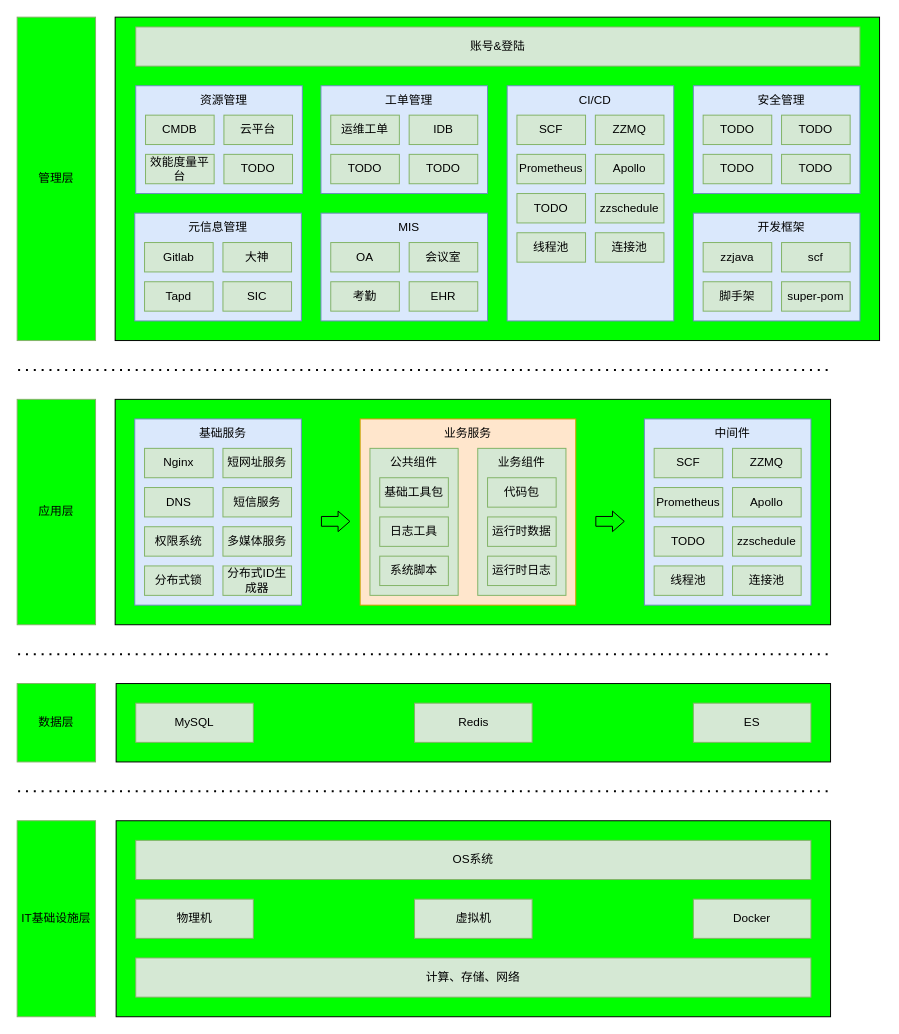
Before: tc/技术基础体系架构.drawio in zhuanzhuan-tech/arch-draw-io, a draw.io diagram. Source tidied: cells renumbered, new cells numbered last; positions are measured from the earlier drawing's top-left corner, leaving out a move shared by most shapes. Both pictures are drawn from the tidied source at 98%, with x=0, y=0 at pixel (17, 17).
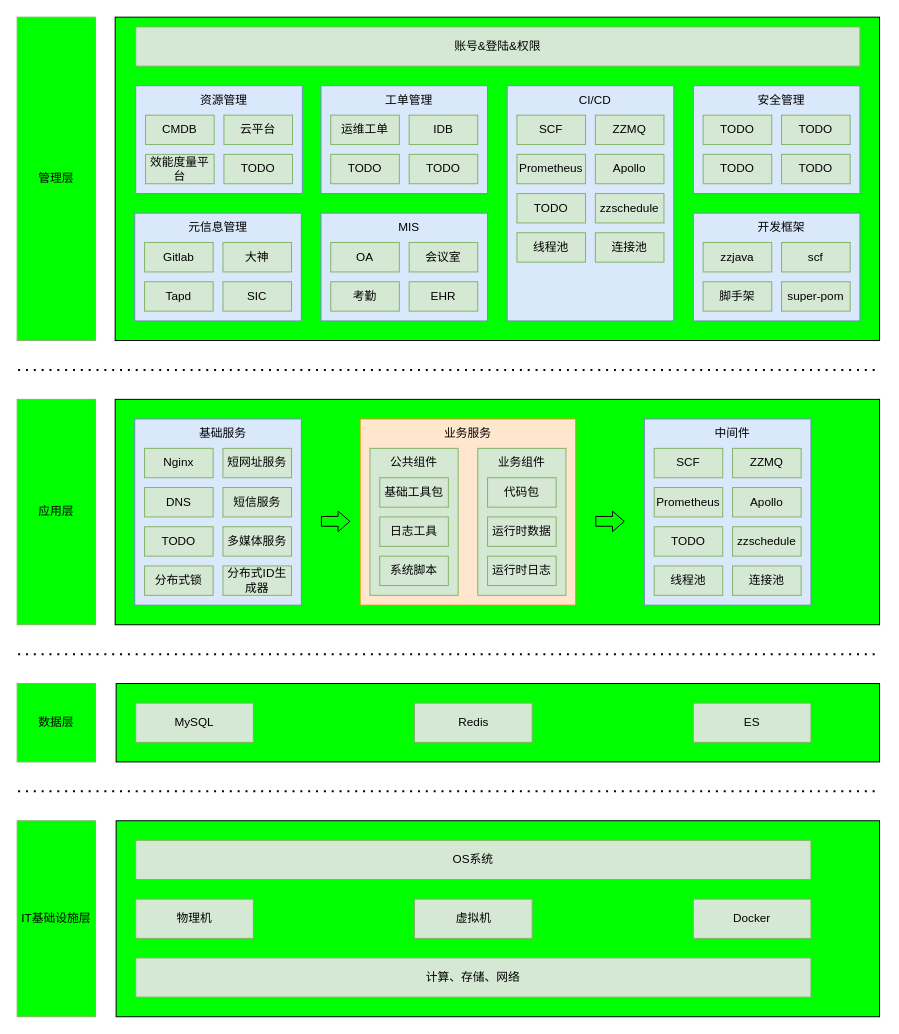
The same page after the edit.

Commit message:
更新技术基础体系架构.drawio

Diff of the diagram source:
```diff
@@
     <mxCell id="2" style="rounded=0;whiteSpace=wrap;html=1;fillColor=#00FF00;" parent="1" vertex="1">
-      <mxGeometry x="101" y="820" width="729" height="200" as="geometry" />
+      <mxGeometry x="101" y="820" width="779" height="200" as="geometry" />
     </mxCell>
@@
     <mxCell id="9" style="endArrow=none;dashed=1;html=1;dashPattern=1 3;strokeWidth=2;rounded=0;" parent="1" edge="1">
       <mxGeometry relative="1" as="geometry">
         <mxPoint x="1" y="790" as="sourcePoint" />
-        <mxPoint x="830" y="790" as="targetPoint" />
+        <mxPoint x="880" y="790" as="targetPoint" />
       </mxGeometry>
     </mxCell>
     <mxCell id="10" style="rounded=0;whiteSpace=wrap;html=1;fillColor=#00FF00;" parent="1" vertex="1">
-      <mxGeometry x="101" y="680" width="729" height="80" as="geometry" />
+      <mxGeometry x="101" y="680" width="779" height="80" as="geometry" />
     </mxCell>
@@
     <mxCell id="15" style="endArrow=none;dashed=1;html=1;dashPattern=1 3;strokeWidth=2;rounded=0;" parent="1" edge="1">
       <mxGeometry relative="1" as="geometry">
         <mxPoint x="1" y="650" as="sourcePoint" />
-        <mxPoint x="830" y="650" as="targetPoint" />
+        <mxPoint x="880" y="650" as="targetPoint" />
       </mxGeometry>
     </mxCell>
     <mxCell id="16" style="rounded=0;whiteSpace=wrap;html=1;fillColor=#00FF00;" parent="1" vertex="1">
-      <mxGeometry x="100" y="390" width="730" height="230" as="geometry" />
+      <mxGeometry x="100" y="390" width="780" height="230" as="geometry" />
     </mxCell>
@@
-    <mxCell id="19" value="权限系统" style="rounded=0;whiteSpace=wrap;html=1;fillColor=#d5e8d4;strokeColor=#82b366;" parent="1" vertex="1">
+    <mxCell id="19" value="TODO" style="rounded=0;whiteSpace=wrap;html=1;fillColor=#d5e8d4;strokeColor=#82b366;" parent="1" vertex="1">
       <mxGeometry x="130" y="520" width="70" height="30" as="geometry" />
     </mxCell>
@@
     <mxCell id="52" style="endArrow=none;dashed=1;html=1;dashPattern=1 3;strokeWidth=2;rounded=0;" parent="1" edge="1">
       <mxGeometry relative="1" as="geometry">
         <mxPoint x="1" y="360" as="sourcePoint" />
-        <mxPoint x="830" y="360" as="targetPoint" />
+        <mxPoint x="880" y="360" as="targetPoint" />
       </mxGeometry>
     </mxCell>
@@
-    <mxCell id="101" value="账号&amp;amp;登陆" style="rounded=0;whiteSpace=wrap;html=1;fillColor=#d5e8d4;strokeColor=#82b366;" parent="1" vertex="1">
+    <mxCell id="101" value="账号&amp;amp;登陆&amp;amp;权限" style="rounded=0;whiteSpace=wrap;html=1;fillColor=#d5e8d4;strokeColor=#82b366;" parent="1" vertex="1">
       <mxGeometry x="121" y="10" width="739" height="40" as="geometry" />
     </mxCell>
```
